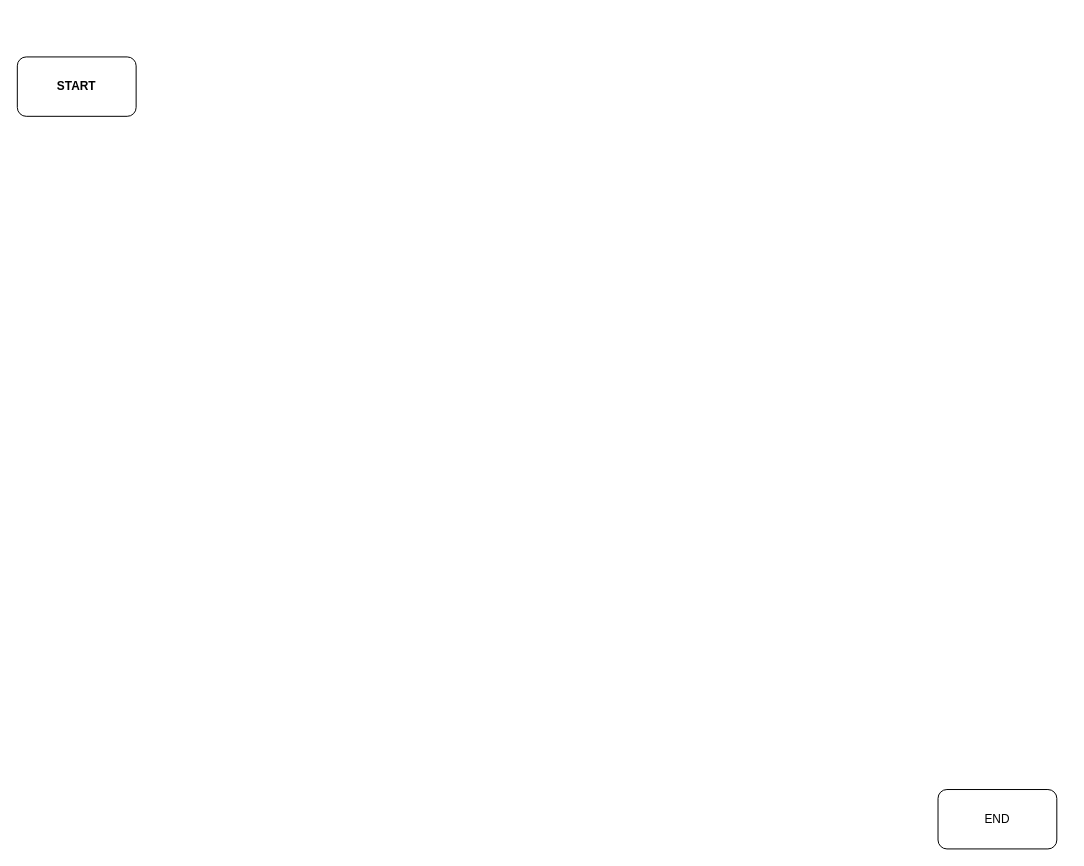
Earlier version of the draw.io diagram scrapingindeed/scrapingindeed/Scrapy flowchart.drawio (ShubhamSolse/Indeed-Webscraping-using-Scrapy-and-ScrapeOps). Source tidied: cells renumbered, new cells numbered last; positions are measured from the earlier drawing's top-left corner, leaving out a move shared by most shapes. Both pictures are drawn from the tidied source at 99%, with x=0, y=0 at pixel (17, 56).
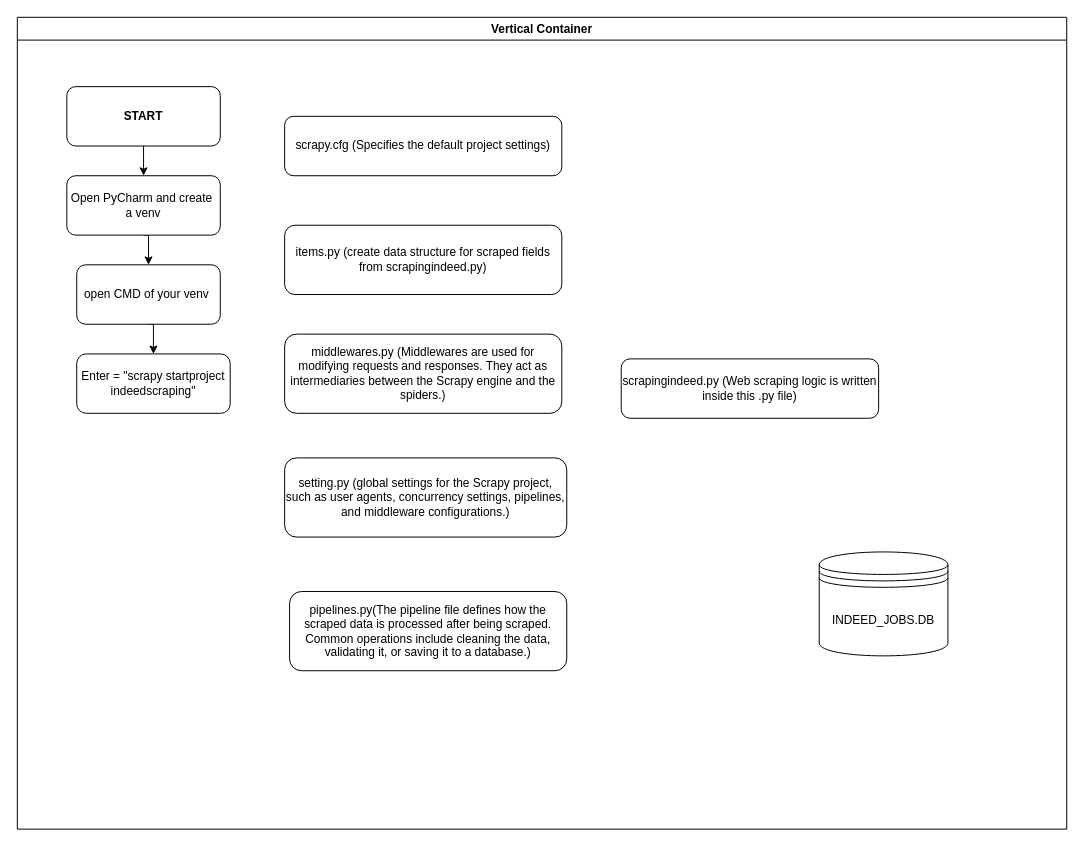
After the change.

Commit message (it also covers changes not shown here):
Commiting the updated file on 07-Dec-2024. Removed the API key for protection and created .xml and .json files for java, python and part-time jobs.

What changed in the source:
```diff
@@
 <mxGraphModel>
   <root>
     <mxCell id="0" />
     <mxCell id="1" parent="0" />
+    <mxCell id="4" value="scrapingindeed.py (Web scraping logic is written inside this .py file)" style="rounded=1;whiteSpace=wrap;html=1;" parent="1" vertex="1">
+      <mxGeometry x="610" y="305" width="260" height="60" as="geometry" />
+    </mxCell>
+    <mxCell id="5" value="Vertical Container" style="swimlane;whiteSpace=wrap;html=1;" parent="1" vertex="1">
+      <mxGeometry y="-40" width="1060" height="820" as="geometry" />
+    </mxCell>
+    <mxCell id="6" style="edgeStyle=orthogonalEdgeStyle;rounded=0;jettySize=auto;html=1;exitX=0.5;exitY=1;exitDx=0;exitDy=0;entryX=0.5;entryY=0;entryDx=0;entryDy=0;" parent="5" edge="1" source="2" target="8">
+      <mxGeometry relative="1" as="geometry" />
+    </mxCell>
-    <mxCell id="2" value="START" style="rounded=1;whiteSpace=wrap;html=1;fontStyle=1;" parent="1" vertex="1">
-      <mxGeometry width="120" height="60" as="geometry" />
+    <mxCell id="2" value="START" style="rounded=1;whiteSpace=wrap;html=1;fontStyle=1;shadow=0;glass=0;gradientColor=none;" parent="5" vertex="1">
+      <mxGeometry x="50" y="70" width="155" height="60" as="geometry" />
     </mxCell>
-    <mxCell id="3" value="END" style="rounded=1;whiteSpace=wrap;html=1;" parent="1" vertex="1">
-      <mxGeometry x="930" y="740" width="120" height="60" as="geometry" />
-    </mxCell>
+    <mxCell id="7" style="edgeStyle=orthogonalEdgeStyle;rounded=0;jettySize=auto;html=1;exitX=0.5;exitY=1;exitDx=0;exitDy=0;entryX=0.5;entryY=0;entryDx=0;entryDy=0;" parent="5" edge="1" source="8" target="10">
+      <mxGeometry relative="1" as="geometry" />
+    </mxCell>
+    <mxCell id="8" value="Open PyCharm and create&amp;nbsp; a venv" style="rounded=1;whiteSpace=wrap;html=1;" parent="5" vertex="1">
+      <mxGeometry x="50" y="160" width="155" height="60" as="geometry" />
+    </mxCell>
+    <mxCell id="9" style="edgeStyle=orthogonalEdgeStyle;rounded=0;jettySize=auto;html=1;exitX=0.5;exitY=1;exitDx=0;exitDy=0;entryX=0.5;entryY=0;entryDx=0;entryDy=0;" parent="5" edge="1" source="10" target="11">
+      <mxGeometry relative="1" as="geometry" />
+    </mxCell>
+    <mxCell id="10" value="open CMD of your venv&amp;nbsp;" style="rounded=1;whiteSpace=wrap;html=1;" parent="5" vertex="1">
+      <mxGeometry x="60" y="250" width="145" height="60" as="geometry" />
+    </mxCell>
+    <mxCell id="11" value="Enter = &quot;scrapy startproject indeedscraping&quot;" style="rounded=1;whiteSpace=wrap;html=1;arcSize=16;" parent="5" vertex="1">
+      <mxGeometry x="60" y="340" width="155" height="60" as="geometry" />
+    </mxCell>
+    <mxCell id="12" value="scrapy.cfg (Specifies the default project settings)" style="rounded=1;whiteSpace=wrap;html=1;" parent="5" vertex="1">
+      <mxGeometry x="270" y="100" width="280" height="60" as="geometry" />
+    </mxCell>
+    <mxCell id="13" value="items.py (create data structure for scraped fields from scrapingindeed.py)" style="rounded=1;whiteSpace=wrap;html=1;" parent="5" vertex="1">
+      <mxGeometry x="270" y="210" width="280" height="70" as="geometry" />
+    </mxCell>
+    <mxCell id="14" value="middlewares.py (Middlewares are used for modifying requests and responses. They act as intermediaries between the Scrapy engine and the spiders.)" style="rounded=1;whiteSpace=wrap;html=1;" parent="5" vertex="1">
+      <mxGeometry x="270" y="320" width="280" height="80" as="geometry" />
+    </mxCell>
+    <mxCell id="15" value="setting.py (global settings for the Scrapy project, such as user agents, concurrency settings, pipelines, and middleware configurations.)" style="rounded=1;whiteSpace=wrap;html=1;" parent="5" vertex="1">
+      <mxGeometry x="270" y="445" width="285" height="80" as="geometry" />
+    </mxCell>
+    <mxCell id="16" value="pipelines.py(The pipeline file defines how the scraped data is processed after being scraped. Common operations include cleaning the data, validating it, or saving it to a database.)" style="rounded=1;whiteSpace=wrap;html=1;" parent="5" vertex="1">
+      <mxGeometry x="275" y="580" width="280" height="80" as="geometry" />
+    </mxCell>
+    <mxCell id="17" value="INDEED_JOBS.DB" style="shape=datastore;whiteSpace=wrap;html=1;" parent="5" vertex="1">
+      <mxGeometry x="810" y="540" width="130" height="105" as="geometry" />
+    </mxCell>
   </root>
 </mxGraphModel>
```
